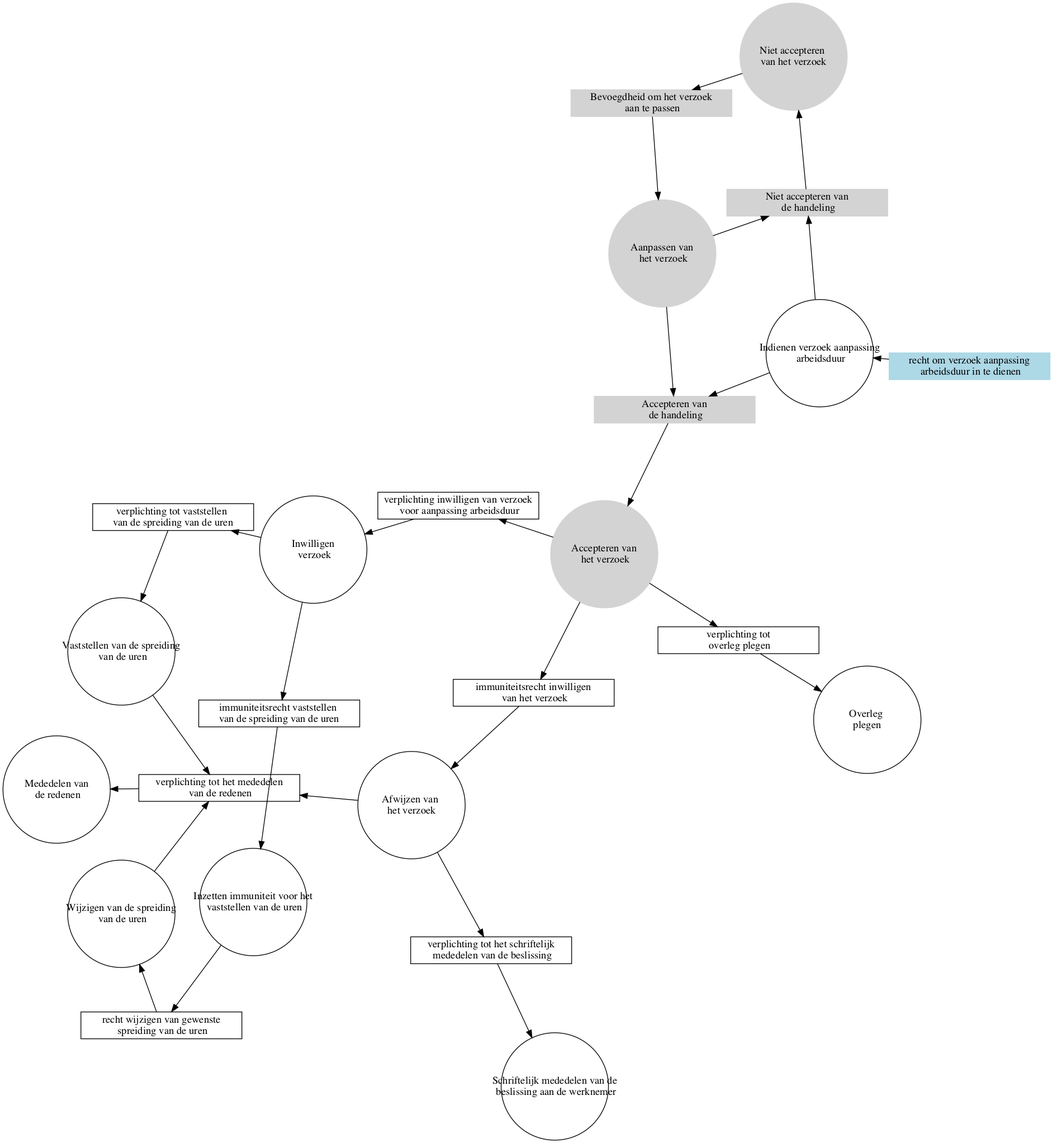
diederikd/DeBrug keeps this Graphviz diagram as graphviz/visualiser.png. Above is the earlier version. Its source is kept beside it as graphviz/visualiser.gv.
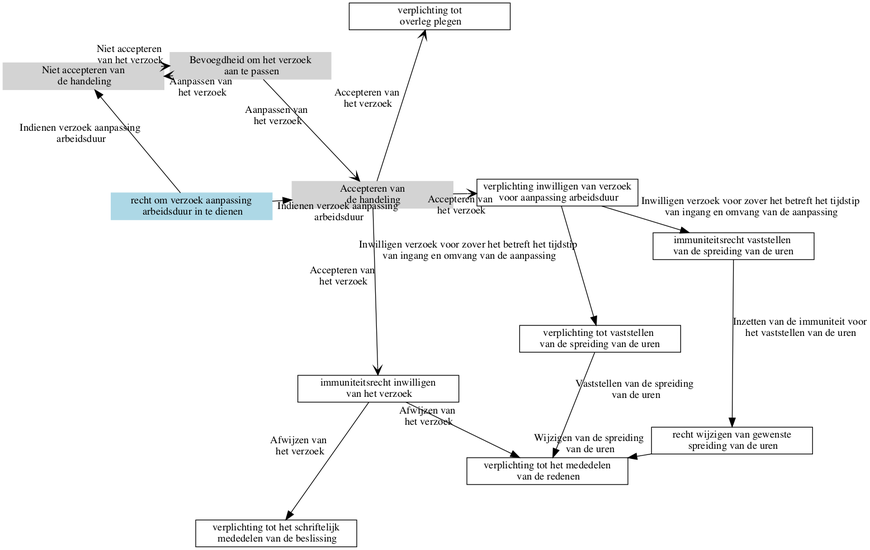
The same file after the commit.

Change to the diagram source:
```diff
@@ -4,19 +4,7 @@
 
 digraph diagram{
 rankdir=LR;
-node [shape=circle, fixedsize=true, width=2];"Indienen verzoek aanpassing
- arbeidsduur"; "Accepteren van
- het verzoek"[color=lightgray, style=filled]; "Niet accepteren
-van het verzoek"[color=lightgray, style=filled]; "Aanpassen van
- het verzoek"[color=lightgray, style=filled]; "Overleg
-plegen"; "Inwilligen
- verzoek"; "Afwijzen van
-het verzoek"; "Inzetten immuniteit voor het
- vaststellen van de uren"; "Vaststellen van de spreiding
- van de uren"; "Wijzigen van de spreiding
- van de uren"; "Schriftelijk mededelen van de
- beslissing aan de werknemer"; "Mededelen van
- de redenen";
+
 node [shape=box, fixedsize=true, width=3];"recht om verzoek aanpassing
  arbeidsduur in te dienen"[color=lightblue, style=filled]; "Accepteren van
  de handeling"; "Accepteren van
@@ -34,98 +22,65 @@
  mededelen van de beslissing"; "verplichting tot het mededelen
  van de redenen";
 "recht om verzoek aanpassing
- arbeidsduur in te dienen"->"Indienen verzoek aanpassing
- arbeidsduur";
-
+ arbeidsduur in te dienen"->"Accepteren van
+ de handeling" [ label = "Indienen verzoek aanpassing
+ arbeidsduur", arrowhead=normal, arrowsize=1.2, minlen=2 ];
+"recht om verzoek aanpassing
+ arbeidsduur in te dienen"->"Niet accepteren van
+ de handeling" [ label = "Indienen verzoek aanpassing
+ arbeidsduur", arrowhead=normal, arrowsize=1.2, minlen=2 ];
 "Accepteren van
- de handeling"->"Accepteren van
- het verzoek";
-
+ de handeling"->"verplichting tot
+ overleg plegen" [ label = "Accepteren van
+ het verzoek", arrowhead=vee, arrowsize=1.2, minlen=2  ];
+"Accepteren van
+ de handeling"->"verplichting inwilligen van verzoek
+ voor aanpassing arbeidsduur" [ label = "Accepteren van
+ het verzoek", arrowhead=vee, arrowsize=1.2, minlen=2  ];
+"Accepteren van
+ de handeling"->"immuniteitsrecht inwilligen
+ van het verzoek" [ label = "Accepteren van
+ het verzoek", arrowhead=vee, arrowsize=1.2, minlen=2  ];
 "Niet accepteren van
- de handeling"->"Niet accepteren
-van het verzoek";
-
+ de handeling"->"Bevoegdheid om het verzoek
+ aan te passen" [ label = "Niet accepteren
+van het verzoek", arrowhead=vee, arrowsize=1.2, minlen=2  ];
 "Bevoegdheid om het verzoek
- aan te passen"->"Aanpassen van
- het verzoek";
-
-"verplichting tot
- overleg plegen"->"Overleg
-plegen";
-
+ aan te passen"->"Accepteren van
+ de handeling" [ label = "Aanpassen van
+ het verzoek", arrowhead=vee, arrowsize=1.2, minlen=2  ];
+"Bevoegdheid om het verzoek
+ aan te passen"->"Niet accepteren van
+ de handeling" [ label = "Aanpassen van
+ het verzoek", arrowhead=vee, arrowsize=1.2, minlen=2  ];
 "verplichting inwilligen van verzoek
- voor aanpassing arbeidsduur"->"Inwilligen
- verzoek";
-
+ voor aanpassing arbeidsduur"->"verplichting tot vaststellen
+van de spreiding van de uren" [ label = "Inwilligen verzoek voor zover het betreft het tijdstip
+ van ingang en omvang van de aanpassing", arrowhead=normal, arrowsize=1.2, minlen=2 ];
+"verplichting inwilligen van verzoek
+ voor aanpassing arbeidsduur"->"immuniteitsrecht vaststellen
+van de spreiding van de uren" [ label = "Inwilligen verzoek voor zover het betreft het tijdstip
+ van ingang en omvang van de aanpassing", arrowhead=normal, arrowsize=1.2, minlen=2 ];
 "immuniteitsrecht inwilligen
- van het verzoek"->"Afwijzen van
-het verzoek";
-
+ van het verzoek"->"verplichting tot het schriftelijk
+ mededelen van de beslissing" [ label = "Afwijzen van
+het verzoek", arrowhead=normal, arrowsize=1.2, minlen=2 ];
+"immuniteitsrecht inwilligen
+ van het verzoek"->"verplichting tot het mededelen
+ van de redenen" [ label = "Afwijzen van
+het verzoek", arrowhead=normal, arrowsize=1.2, minlen=2 ];
+"immuniteitsrecht vaststellen
+van de spreiding van de uren"->"recht wijzigen van gewenste
+ spreiding van de uren" [ label = "Inzetten van de immuniteit voor
+ het vaststellen van de uren", arrowhead=normal, arrowsize=1.2, minlen=2 ];
 "verplichting tot vaststellen
-van de spreiding van de uren"->"Vaststellen van de spreiding
- van de uren";
-
-"immuniteitsrecht vaststellen
-van de spreiding van de uren"->"Inzetten immuniteit voor het
- vaststellen van de uren";
-
+van de spreiding van de uren"->"verplichting tot het mededelen
+ van de redenen" [ label = "Vaststellen van de spreiding
+ van de uren", arrowhead=normal, arrowsize=1.2, minlen=2 ];
 "recht wijzigen van gewenste
- spreiding van de uren"->"Wijzigen van de spreiding
- van de uren";
-
-"verplichting tot het schriftelijk
- mededelen van de beslissing"->"Schriftelijk mededelen van de
- beslissing aan de werknemer";
-
-"verplichting tot het mededelen
- van de redenen"->"Mededelen van
- de redenen";
-
-"Indienen verzoek aanpassing
- arbeidsduur"->"Accepteren van
- de handeling";
-"Indienen verzoek aanpassing
- arbeidsduur"->"Niet accepteren van
- de handeling";
-"Accepteren van
- het verzoek"->"verplichting tot
- overleg plegen";
-"Accepteren van
- het verzoek"->"verplichting inwilligen van verzoek
- voor aanpassing arbeidsduur";
-"Accepteren van
- het verzoek"->"immuniteitsrecht inwilligen
- van het verzoek";
-"Niet accepteren
-van het verzoek"->"Bevoegdheid om het verzoek
- aan te passen";
-"Aanpassen van
- het verzoek"->"Accepteren van
- de handeling";
-"Aanpassen van
- het verzoek"->"Niet accepteren van
- de handeling";
-"Inwilligen
- verzoek"->"verplichting tot vaststellen
-van de spreiding van de uren";
-"Inwilligen
- verzoek"->"immuniteitsrecht vaststellen
-van de spreiding van de uren";
-"Afwijzen van
-het verzoek"->"verplichting tot het schriftelijk
- mededelen van de beslissing";
-"Afwijzen van
-het verzoek"->"verplichting tot het mededelen
- van de redenen";
-"Inzetten immuniteit voor het
- vaststellen van de uren"->"recht wijzigen van gewenste
- spreiding van de uren";
-"Vaststellen van de spreiding
- van de uren"->"verplichting tot het mededelen
- van de redenen";
-"Wijzigen van de spreiding
- van de uren"->"verplichting tot het mededelen
- van de redenen";
+ spreiding van de uren"->"verplichting tot het mededelen
+ van de redenen" [ label = "Wijzigen van de spreiding
+ van de uren", arrowhead=normal, arrowsize=1.2, minlen=2 ];
 overlap=false
 fontsize=14;
 }
```
